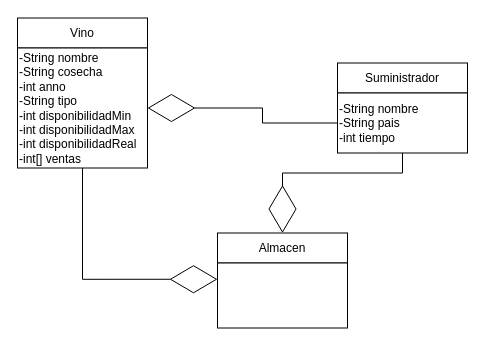
20170945/ST-ISC-212 keeps this draw.io diagram as temaUnoEjercicioDos/Ejercicio2.drawio. Above is the earlier version. Source tidied: cells renumbered, new cells numbered last; positions are measured from the earlier drawing's top-left corner, leaving out a move shared by most shapes. Both pictures are drawn from the tidied source at 100%, with x=0, y=0 at pixel (17, 18).
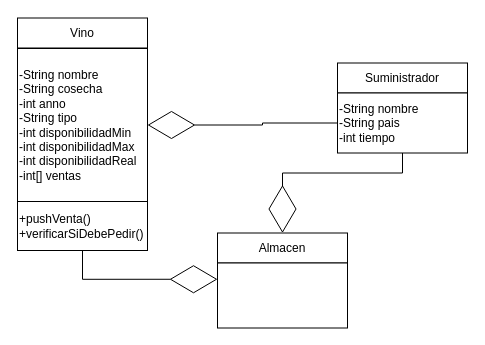
After the change.

What changed in the source:
```diff
@@
 <mxGraphModel>
   <root>
     <mxCell id="0" />
     <mxCell id="1" parent="0" />
     <mxCell id="2" value="Vino" style="rounded=0;whiteSpace=wrap;html=1;" parent="1" vertex="1">
       <mxGeometry y="-0.5" width="130" height="30" as="geometry" />
     </mxCell>
-    <mxCell id="3" style="edgeStyle=orthogonalEdgeStyle;rounded=0;jettySize=auto;html=1;exitX=0.5;exitY=1;exitDx=0;exitDy=0;entryX=0;entryY=0.25;entryDx=0;entryDy=0;endArrow=diamondThin;endFill=0;endSize=45;strokeColor=#000000;" parent="1" edge="1" source="4" target="10">
+    <mxCell id="3" style="edgeStyle=orthogonalEdgeStyle;rounded=0;jettySize=auto;html=1;exitX=0.5;exitY=1;exitDx=0;exitDy=0;entryX=0;entryY=0.25;entryDx=0;entryDy=0;endArrow=diamondThin;endFill=0;endSize=45;strokeColor=#000000;" parent="1" edge="1" source="11" target="10">
       <mxGeometry relative="1" as="geometry" />
     </mxCell>
     <mxCell id="4" value="-String nombre&lt;br&gt;-String cosecha&lt;br&gt;-int anno&lt;br&gt;-String tipo&lt;br&gt;-int disponibilidadMin&lt;br&gt;-int disponibilidadMax&lt;br&gt;-int disponibilidadReal&lt;br&gt;-int[] ventas" style="rounded=0;whiteSpace=wrap;html=1;align=left;" parent="1" vertex="1">
-      <mxGeometry y="29.5" width="130" height="120" as="geometry" />
+      <mxGeometry y="30" width="130" height="153" as="geometry" />
     </mxCell>
     <mxCell id="5" value="Suministrador" style="rounded=0;whiteSpace=wrap;html=1;" parent="1" vertex="1">
       <mxGeometry x="320" y="44.5" width="130" height="30" as="geometry" />
     </mxCell>
     <mxCell id="6" style="edgeStyle=orthogonalEdgeStyle;rounded=0;jettySize=auto;html=1;exitX=0.5;exitY=1;exitDx=0;exitDy=0;entryX=0.5;entryY=0;entryDx=0;entryDy=0;endArrow=diamondThin;endFill=0;endSize=45;strokeColor=#000000;" parent="1" edge="1" source="8" target="9">
       <mxGeometry relative="1" as="geometry" />
     </mxCell>
     <mxCell id="7" style="edgeStyle=orthogonalEdgeStyle;rounded=0;jettySize=auto;html=1;exitX=0;exitY=0.5;exitDx=0;exitDy=0;entryX=1;entryY=0.5;entryDx=0;entryDy=0;endArrow=diamondThin;endFill=0;endSize=45;" parent="1" edge="1" source="8" target="4">
       <mxGeometry relative="1" as="geometry" />
     </mxCell>
     <mxCell id="8" value="-String nombre&lt;br&gt;-String pais&lt;br&gt;-int tiempo" style="rounded=0;whiteSpace=wrap;html=1;align=left;" parent="1" vertex="1">
       <mxGeometry x="320" y="74.5" width="130" height="60" as="geometry" />
     </mxCell>
     <mxCell id="9" value="Almacen" style="rounded=0;whiteSpace=wrap;html=1;" parent="1" vertex="1">
       <mxGeometry x="200" y="214.5" width="130" height="30" as="geometry" />
     </mxCell>
     <mxCell id="10" style="rounded=0;whiteSpace=wrap;html=1;align=left;" parent="1" vertex="1">
       <mxGeometry x="200" y="244.5" width="130" height="65" as="geometry" />
     </mxCell>
+    <mxCell id="11" value="+pushVenta()&lt;br&gt;+verificarSiDebePedir()" style="rounded=0;whiteSpace=wrap;html=1;align=left;" parent="1" vertex="1">
+      <mxGeometry y="183" width="130" height="49" as="geometry" />
+    </mxCell>
   </root>
 </mxGraphModel>
```
